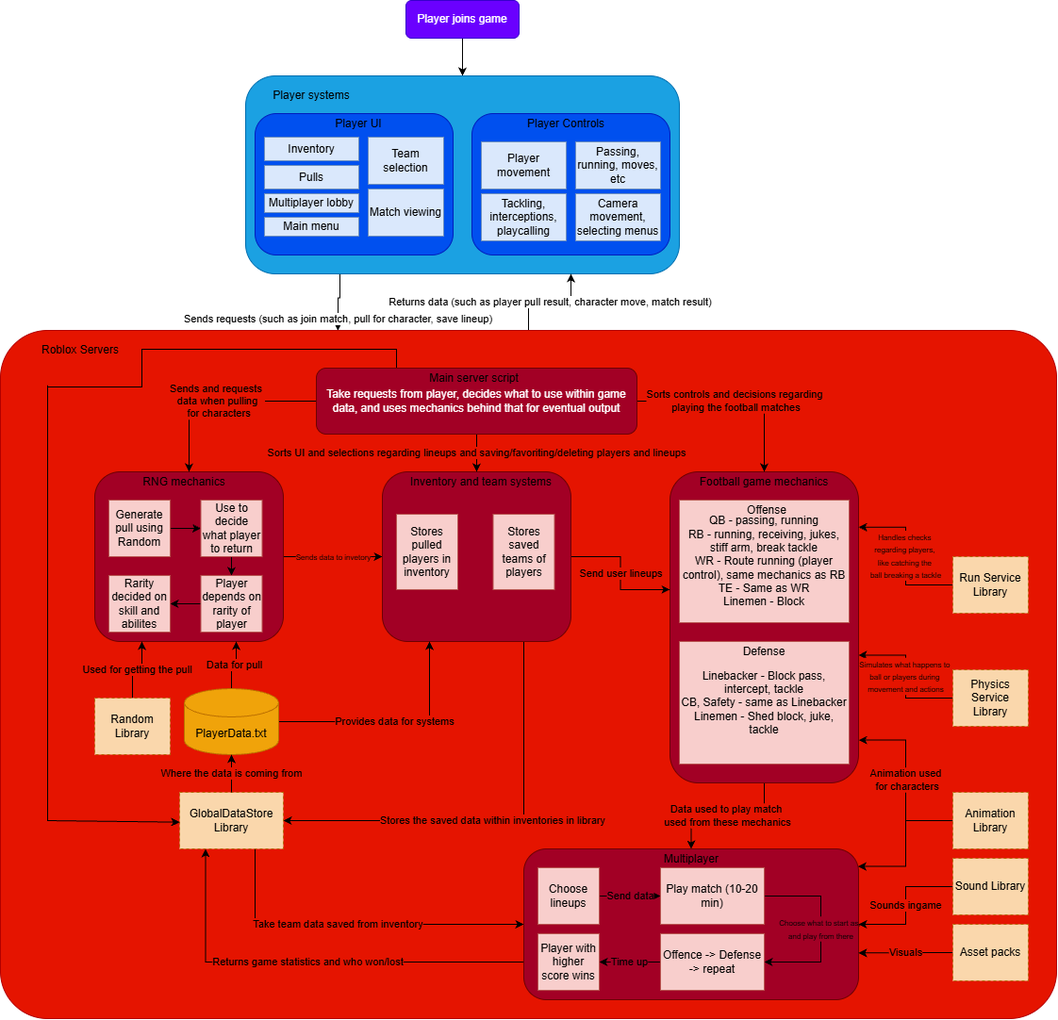
Before: docs/Game-Flowchart.png, a diagram exported from draw.io (506Skywalker/Roblox-Madden-RNG-Project). Source tidied: cells renumbered, new cells last; positions are measured from the earlier drawing's top-left corner, leaving out a move shared by most shapes.
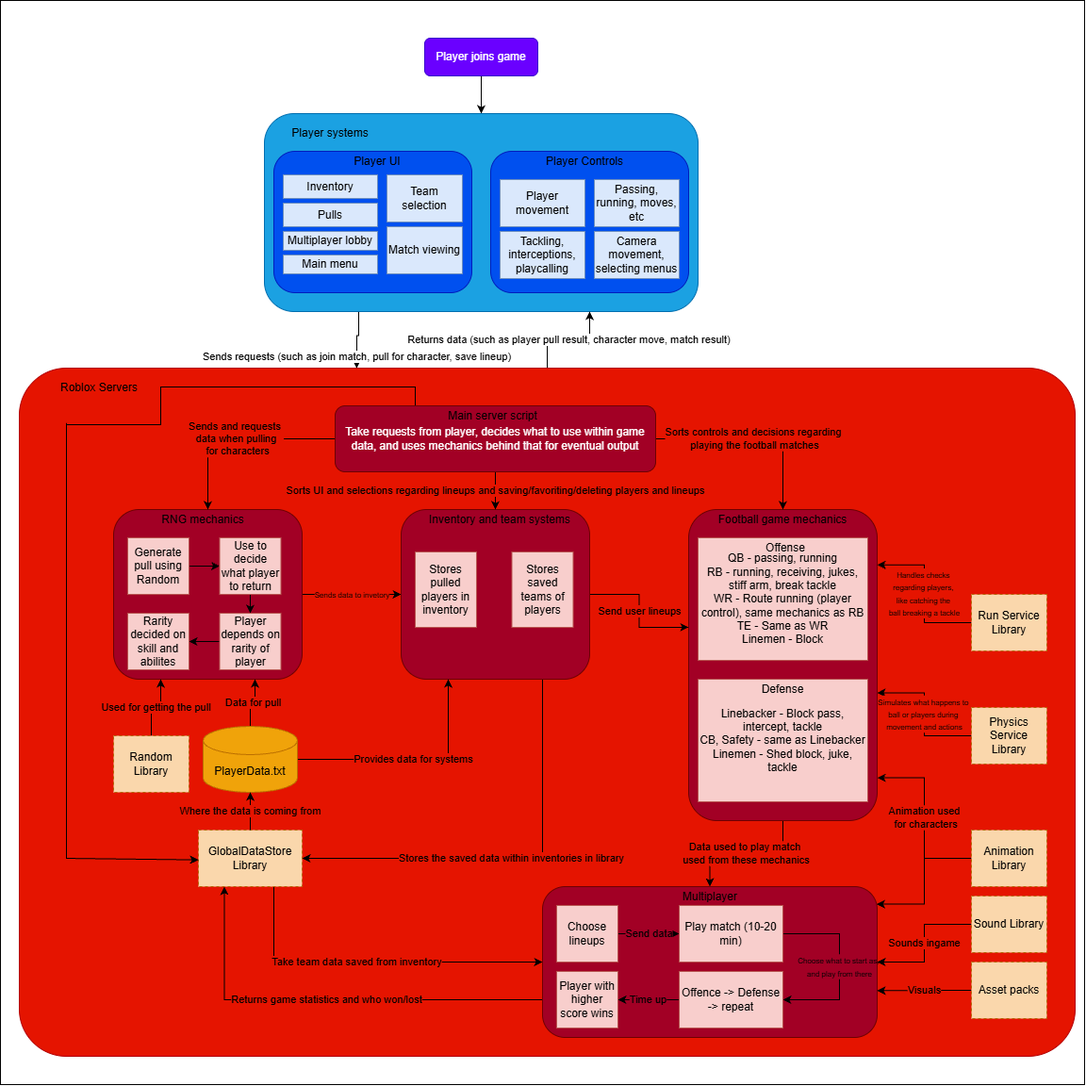
After the commit.

Change to the diagram source:
```diff
@@ -2,6 +2,9 @@
   <root>
     <mxCell id="0" />
     <mxCell id="1" parent="0" />
+    <mxCell id="83" style="whiteSpace=wrap;html=1;" parent="1" vertex="1">
+      <mxGeometry x="-20" y="-40" width="1150" height="1150" as="geometry" />
+    </mxCell>
     <mxCell id="2" style="edgeStyle=orthogonalEdgeStyle;rounded=0;jettySize=auto;html=1;defaultLabelBackgroundColor=page;" parent="1" edge="1" source="3">
       <mxGeometry relative="1" as="geometry">
         <mxPoint x="490" y="80" as="targetPoint" />
```
